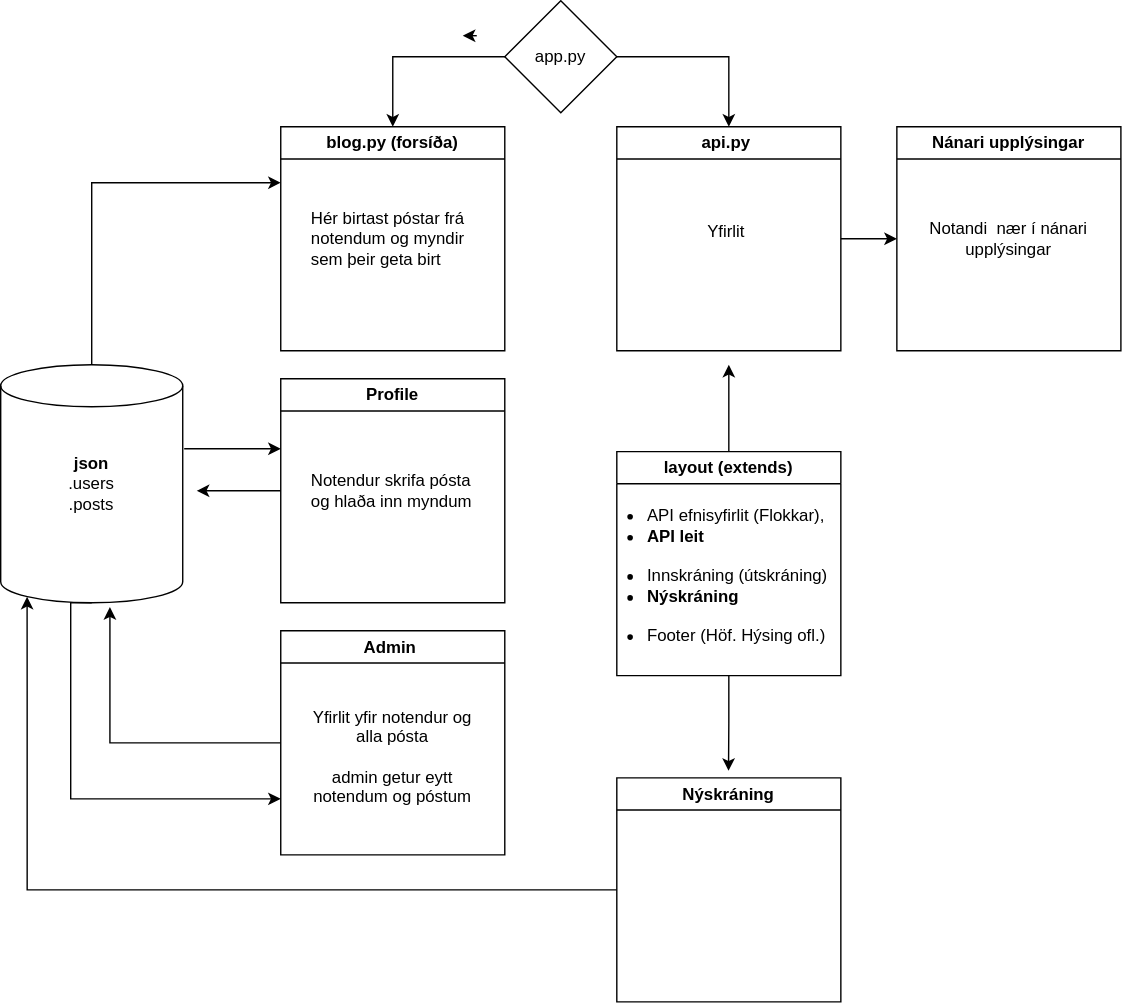
This is Verkefni4/flaedirit.drawio.svg from vefthroun/26H_VEF2VF05CU, a draw.io export, as it was before one commit. Source tidied: cells renumbered, new cells last; positions are measured from the earlier drawing's top-left corner, leaving out a move shared by most shapes.
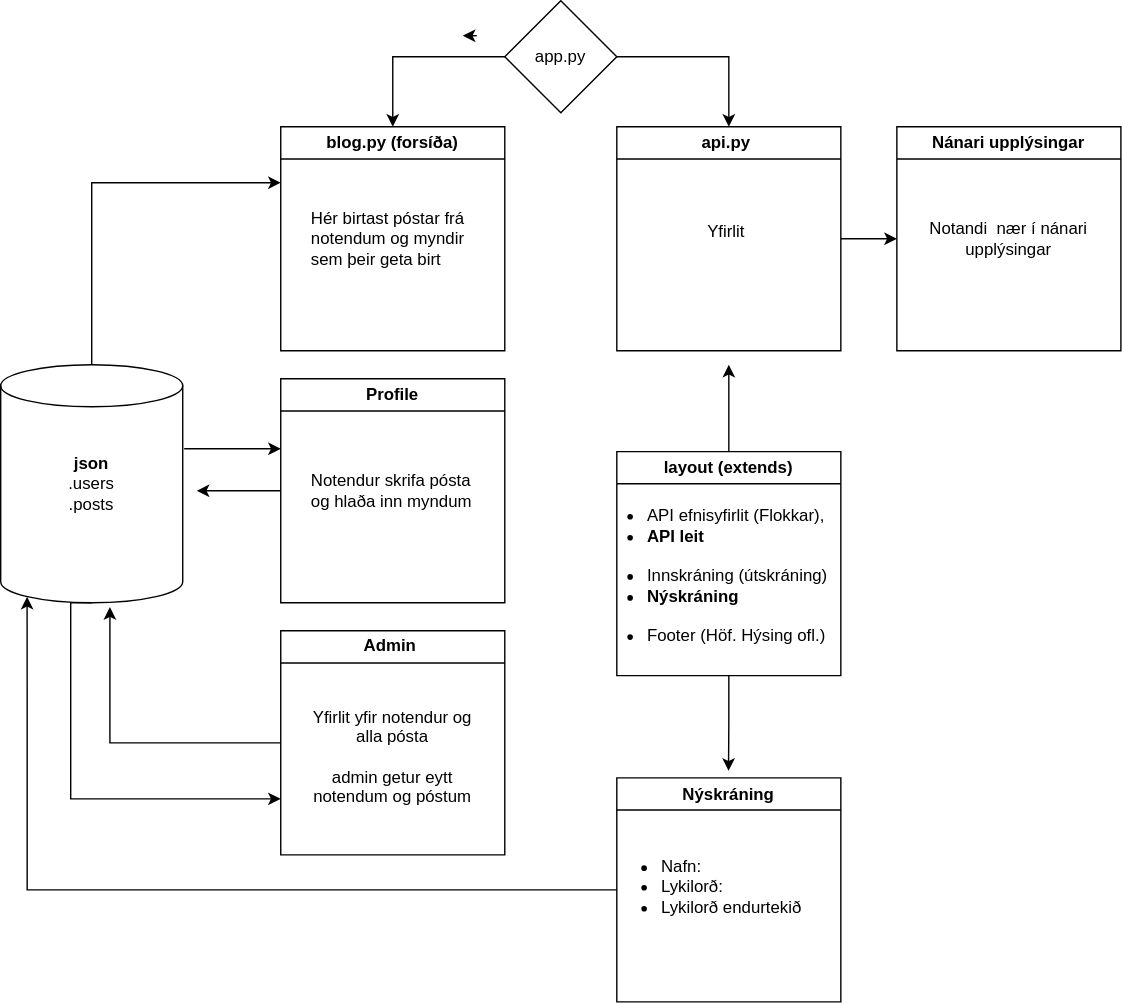
Above is the later version.

Change to the diagram source:
```diff
@@ -109,5 +109,8 @@
     <mxCell id="30" value="Nýskráning" style="swimlane;whiteSpace=wrap;html=1;" parent="1" vertex="1">
       <mxGeometry x="440" y="555" width="160" height="160" as="geometry" />
     </mxCell>
+    <mxCell id="31" value="&lt;ul&gt;&lt;li&gt;Nafn:&lt;/li&gt;&lt;li&gt;Lykilorð:&lt;/li&gt;&lt;li&gt;Lykilorð endurtekið&lt;/li&gt;&lt;/ul&gt;" style="text;html=1;whiteSpace=wrap;strokeColor=none;fillColor=none;align=left;verticalAlign=middle;rounded=0;" parent="30" vertex="1">
+      <mxGeometry x="-10" y="63" width="160" height="30" as="geometry" />
+    </mxCell>
   </root>
 </mxGraphModel>
```
